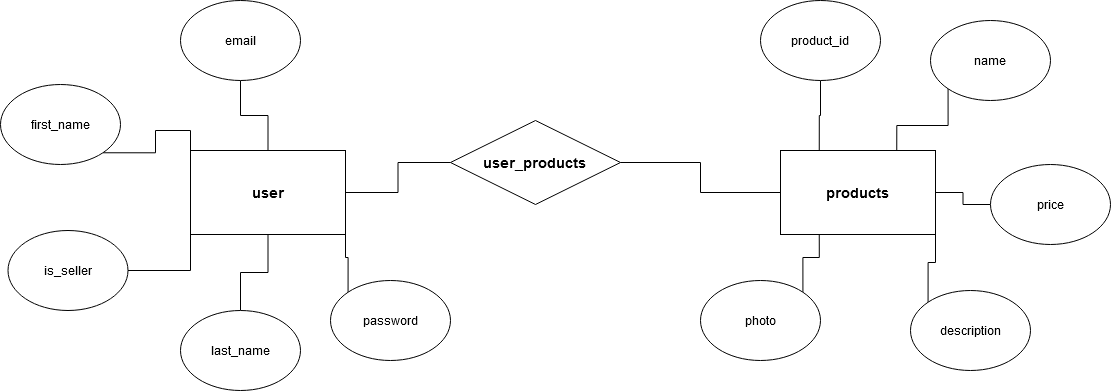
Earlier version of the draw.io export documentation/ER Diagram.png (mitchahan/SCU-Marketplace-App). Source tidied: cells renumbered, new cells last; positions are measured from the earlier drawing's top-left corner, leaving out a move shared by most shapes.
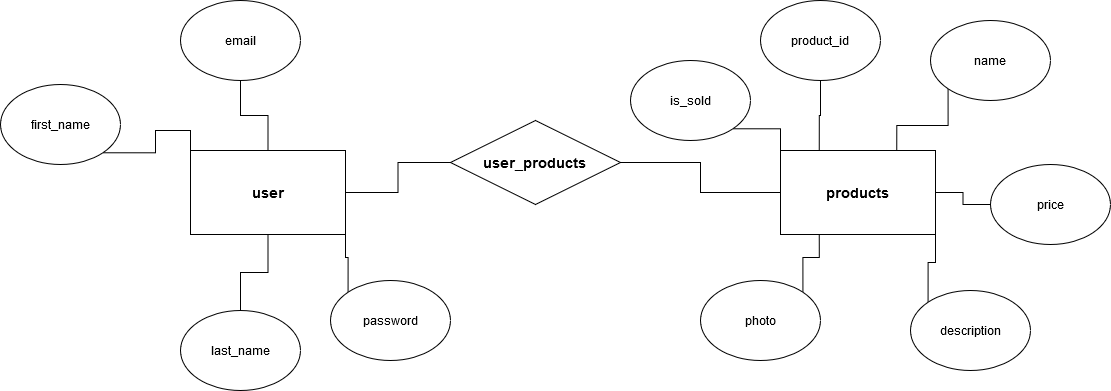
Above is the later version.

Diff of the diagram source:
```diff
@@ -41,12 +41,6 @@
     <mxCell id="14" value="last_name" style="ellipse;whiteSpace=wrap;html=1;" parent="1" vertex="1">
       <mxGeometry x="180" y="310" width="120" height="80" as="geometry" />
     </mxCell>
-    <mxCell id="15" style="edgeStyle=orthogonalEdgeStyle;rounded=0;jettySize=auto;html=1;exitX=1;exitY=0.5;exitDx=0;exitDy=0;endArrow=none;endFill=0;entryX=0;entryY=1;entryDx=0;entryDy=0;" parent="1" edge="1" source="16" target="4">
-      <mxGeometry relative="1" as="geometry" />
-    </mxCell>
-    <mxCell id="16" value="is_seller" style="ellipse;whiteSpace=wrap;html=1;" parent="1" vertex="1">
-      <mxGeometry x="7.5" y="230" width="120" height="80" as="geometry" />
-    </mxCell>
     <mxCell id="17" style="edgeStyle=orthogonalEdgeStyle;rounded=0;jettySize=auto;html=1;exitX=0.5;exitY=1;exitDx=0;exitDy=0;entryX=0.25;entryY=0;entryDx=0;entryDy=0;endArrow=none;endFill=0;" parent="1" edge="1" source="18" target="6">
       <mxGeometry relative="1" as="geometry" />
     </mxCell>
@@ -77,5 +71,11 @@
     <mxCell id="26" value="photo" style="ellipse;whiteSpace=wrap;html=1;" parent="1" vertex="1">
       <mxGeometry x="700" y="280" width="120" height="80" as="geometry" />
     </mxCell>
+    <mxCell id="27" style="edgeStyle=orthogonalEdgeStyle;rounded=0;jettySize=auto;html=1;exitX=1;exitY=1;exitDx=0;exitDy=0;entryX=0;entryY=0;entryDx=0;entryDy=0;endArrow=none;endFill=0;" parent="1" edge="1" source="28" target="6">
+      <mxGeometry relative="1" as="geometry" />
+    </mxCell>
+    <mxCell id="28" value="is_sold" style="ellipse;whiteSpace=wrap;html=1;" parent="1" vertex="1">
+      <mxGeometry x="630" y="60" width="120" height="80" as="geometry" />
+    </mxCell>
   </root>
 </mxGraphModel>
```
